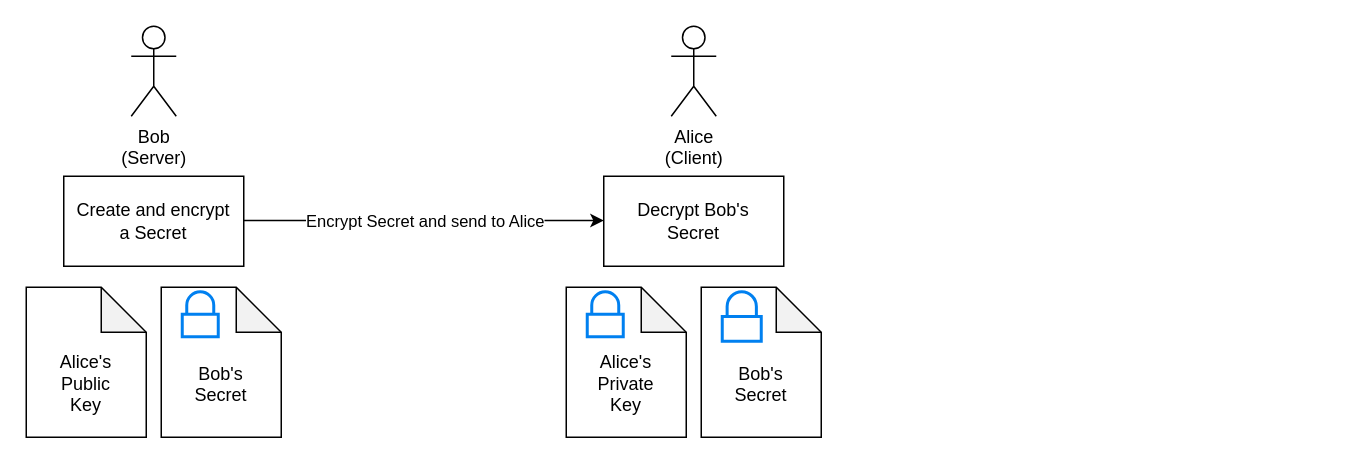
Above: docs/06-advanced-techniques/31-the-secure-shell/diagrams/asymmetric-encryption-share-secret.drawio in dwmkerr/effective-shell (draw.io), before the change. Source tidied: cells renumbered, new cells numbered last; positions are measured from the earlier drawing's top-left corner, leaving out a move shared by most shapes. Both pictures are drawn from the tidied source at 150%, with x=0, y=0 at pixel (26, 26).
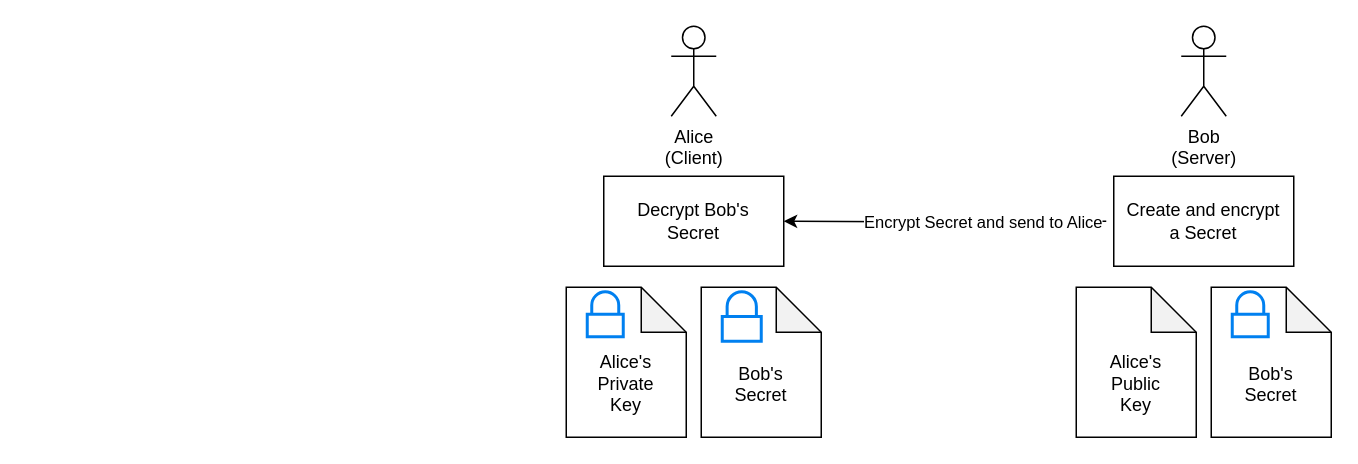
After the change.

What changed in the source:
```diff
@@
 <mxGraphModel>
   <root>
     <mxCell id="0" />
     <mxCell id="1" parent="0" />
     <mxCell id="2" value="Create and encrypt a Secret" style="rounded=0;whiteSpace=wrap;html=1;spacingTop=0;spacingLeft=0;spacingBottom=0;spacing=5;" parent="1" vertex="1">
-      <mxGeometry x="25" y="100" width="120" height="60" as="geometry" />
+      <mxGeometry x="725" y="100" width="120" height="60" as="geometry" />
     </mxCell>
     <mxCell id="3" value="Bob&lt;br&gt;(Server)" style="shape=umlActor;verticalLabelPosition=bottom;verticalAlign=top;html=1;" parent="1" vertex="1">
-      <mxGeometry x="70" width="30" height="60" as="geometry" />
+      <mxGeometry x="770" width="30" height="60" as="geometry" />
     </mxCell>
     <mxCell id="4" value="&lt;br&gt;&lt;br&gt;Alice's&lt;br&gt;Public&lt;br&gt;Key" style="shape=note;whiteSpace=wrap;html=1;backgroundOutline=1;darkOpacity=0.05;" parent="1" vertex="1">
-      <mxGeometry y="174" width="80" height="100" as="geometry" />
+      <mxGeometry x="700" y="174" width="80" height="100" as="geometry" />
     </mxCell>
     <mxCell id="5" value="&lt;br&gt;&lt;br&gt;Bob's&lt;br&gt;Secret" style="shape=note;whiteSpace=wrap;html=1;backgroundOutline=1;darkOpacity=0.05;" parent="1" vertex="1">
-      <mxGeometry x="90" y="174" width="80" height="100" as="geometry" />
+      <mxGeometry x="790" y="174" width="80" height="100" as="geometry" />
     </mxCell>
     <mxCell id="6" style="html=1;verticalLabelPosition=bottom;align=center;labelBackgroundColor=#ffffff;verticalAlign=top;strokeWidth=2;strokeColor=#0080F0;shadow=0;dashed=0;shape=mxgraph.ios7.icons.locked;" parent="1" vertex="1">
-      <mxGeometry x="104" y="177" width="24" height="30" as="geometry" />
+      <mxGeometry x="804" y="177" width="24" height="30" as="geometry" />
     </mxCell>
-    <mxCell id="7" style="edgeStyle=orthogonalEdgeStyle;rounded=0;orthogonalLoop=1;jettySize=auto;html=1;entryX=0;entryY=0.5;entryDx=0;entryDy=0;startArrow=none;startFill=0;endArrow=classic;endFill=1;" parent="1" edge="1">
+    <mxCell id="7" style="edgeStyle=orthogonalEdgeStyle;rounded=0;jettySize=auto;html=1;entryX=1;entryY=0.5;entryDx=0;entryDy=0;startArrow=none;startFill=0;endArrow=classic;endFill=1;" parent="1" edge="1" target="9">
       <mxGeometry relative="1" as="geometry">
-        <mxPoint x="145" y="129.5" as="sourcePoint" />
-        <mxPoint x="385" y="129.5" as="targetPoint" />
+        <mxPoint x="720" y="130" as="sourcePoint" />
       </mxGeometry>
     </mxCell>
     <mxCell id="8" value="Encrypt Secret and send to Alice" style="edgeLabel;html=1;align=center;verticalAlign=middle;" parent="7" vertex="1">
       <mxGeometry x="-0.11" relative="1" as="geometry">
         <mxPoint x="13" as="offset" />
       </mxGeometry>
     </mxCell>
     <mxCell id="9" value="Decrypt Bob's Secret" style="rounded=0;whiteSpace=wrap;html=1;spacingTop=0;spacingLeft=0;spacingBottom=0;spacing=5;" parent="1" vertex="1">
       <mxGeometry x="385" y="100" width="120" height="60" as="geometry" />
     </mxCell>
     <mxCell id="10" value="Alice&lt;br&gt;(Client)" style="shape=umlActor;verticalLabelPosition=bottom;verticalAlign=top;html=1;" parent="1" vertex="1">
       <mxGeometry x="430" width="30" height="60" as="geometry" />
     </mxCell>
     <mxCell id="11" value="&lt;br&gt;&lt;br&gt;Alice's&lt;br&gt;Private&lt;br&gt;Key" style="shape=note;whiteSpace=wrap;html=1;backgroundOutline=1;darkOpacity=0.05;" parent="1" vertex="1">
       <mxGeometry x="360" y="174" width="80" height="100" as="geometry" />
     </mxCell>
     <mxCell id="12" style="html=1;verticalLabelPosition=bottom;align=center;labelBackgroundColor=#ffffff;verticalAlign=top;strokeWidth=2;strokeColor=#0080F0;shadow=0;dashed=0;shape=mxgraph.ios7.icons.locked;" parent="1" vertex="1">
       <mxGeometry x="374" y="177" width="24" height="30" as="geometry" />
     </mxCell>
     <mxCell id="13" value="&lt;br&gt;&lt;br&gt;Bob's&lt;br&gt;Secret" style="shape=note;whiteSpace=wrap;html=1;backgroundOutline=1;darkOpacity=0.05;" parent="1" vertex="1">
       <mxGeometry x="450" y="174" width="80" height="100" as="geometry" />
     </mxCell>
     <mxCell id="14" style="html=1;verticalLabelPosition=bottom;align=center;labelBackgroundColor=#ffffff;verticalAlign=top;strokeWidth=2;strokeColor=#0080F0;shadow=0;dashed=0;shape=mxgraph.ios7.icons.locked;" parent="1" vertex="1">
       <mxGeometry x="464" y="177" width="26" height="33" as="geometry" />
     </mxCell>
   </root>
 </mxGraphModel>
```
